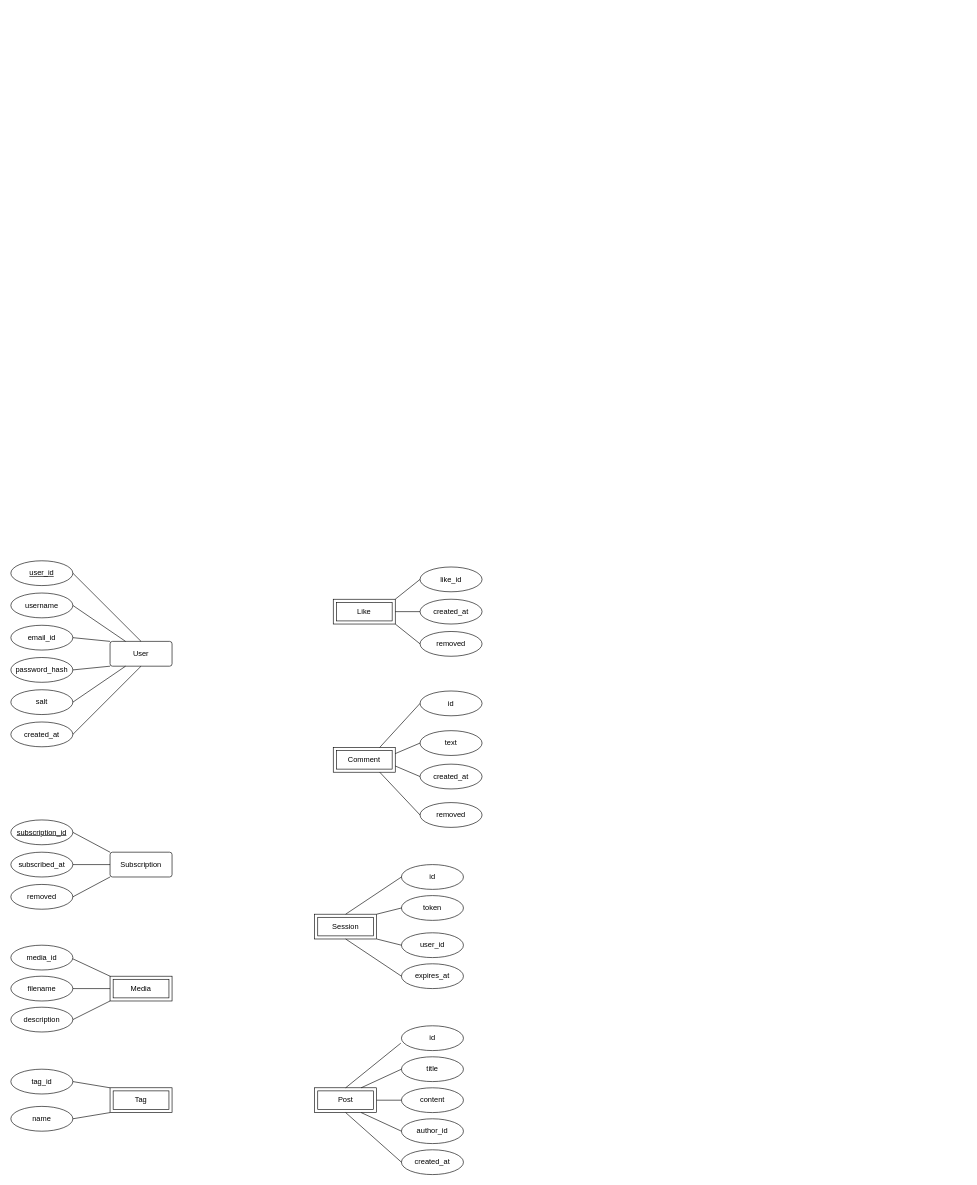
blood-rogue/er-diagram keeps this draw.io diagram as diagrams/Untitled Diagram.drawio. Above is the earlier version. Source tidied: cells renumbered, new cells numbered last; positions are measured from the earlier drawing's top-left corner, leaving out a move shared by most shapes. Both pictures are drawn from the tidied source at 62%, with x=0, y=0 at pixel (11, 560).
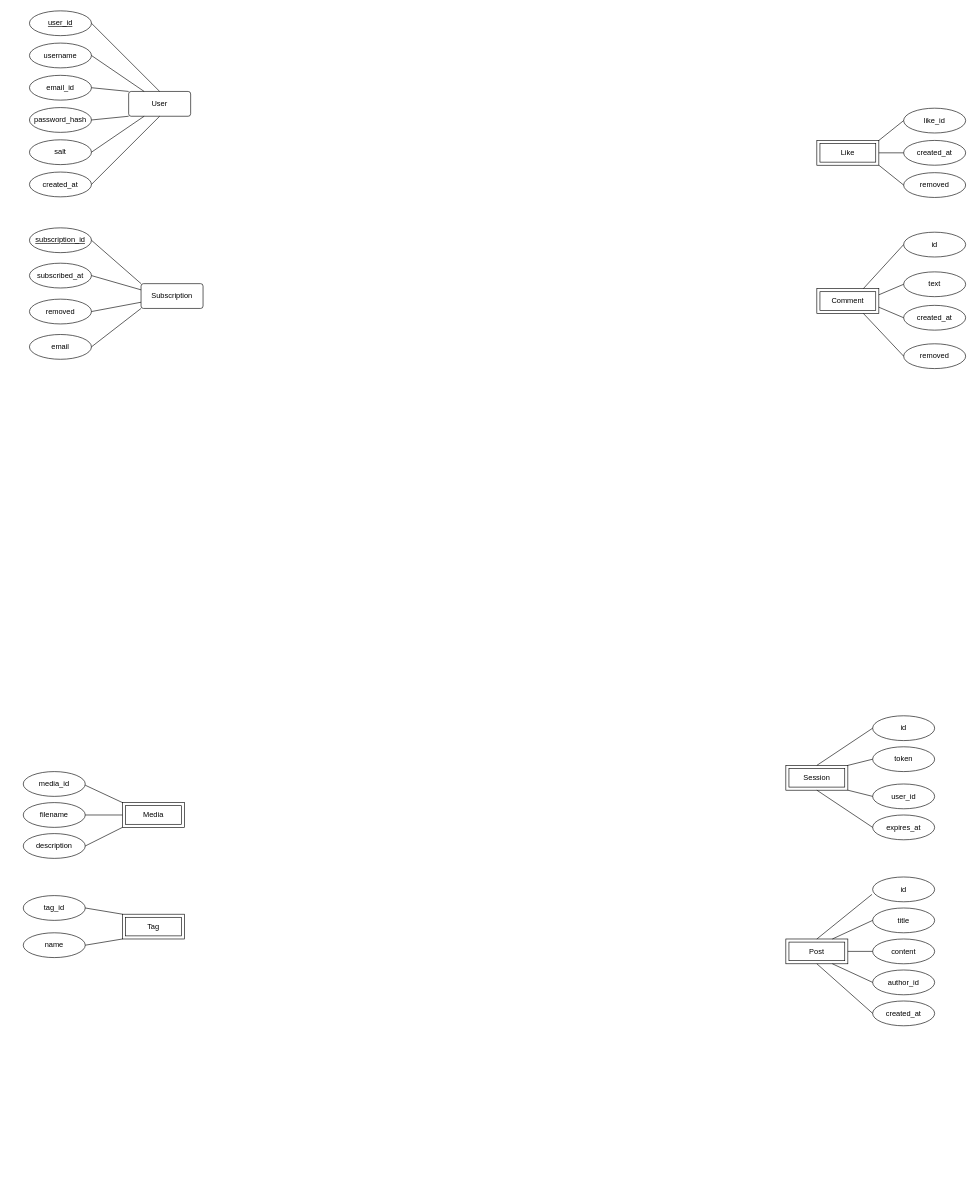
The same diagram, later.

Diff of the diagram source:
```diff
@@
     <mxCell id="2" value="username" style="ellipse;whiteSpace=wrap;html=1;align=center;" parent="1" vertex="1">
-      <mxGeometry y="52" width="100" height="40" as="geometry" />
+      <mxGeometry x="30" y="-835" width="100" height="40" as="geometry" />
     </mxCell>
     <mxCell id="3" value="email_id" style="ellipse;whiteSpace=wrap;html=1;align=center;" parent="1" vertex="1">
-      <mxGeometry y="104" width="100" height="40" as="geometry" />
+      <mxGeometry x="30" y="-783" width="100" height="40" as="geometry" />
     </mxCell>
     <mxCell id="4" value="password_hash" style="ellipse;whiteSpace=wrap;html=1;align=center;" parent="1" vertex="1">
-      <mxGeometry y="156" width="100" height="40" as="geometry" />
+      <mxGeometry x="30" y="-731" width="100" height="40" as="geometry" />
     </mxCell>
     <mxCell id="5" value="salt" style="ellipse;whiteSpace=wrap;html=1;align=center;" parent="1" vertex="1">
-      <mxGeometry y="208" width="100" height="40" as="geometry" />
+      <mxGeometry x="30" y="-679" width="100" height="40" as="geometry" />
     </mxCell>
     <mxCell id="6" value="created_at" style="ellipse;whiteSpace=wrap;html=1;align=center;" parent="1" vertex="1">
-      <mxGeometry y="260" width="100" height="40" as="geometry" />
+      <mxGeometry x="30" y="-627" width="100" height="40" as="geometry" />
     </mxCell>
     <mxCell id="7" value="like_id" style="ellipse;whiteSpace=wrap;html=1;align=center;" parent="1" vertex="1">
-      <mxGeometry x="660" y="10" width="100" height="40" as="geometry" />
+      <mxGeometry x="1440" y="-730" width="100" height="40" as="geometry" />
     </mxCell>
     <mxCell id="8" value="removed" style="ellipse;whiteSpace=wrap;html=1;align=center;direction=west;" parent="1" vertex="1">
-      <mxGeometry x="660" y="114" width="100" height="40" as="geometry" />
+      <mxGeometry x="1440" y="-626" width="100" height="40" as="geometry" />
     </mxCell>
     <mxCell id="9" value="User" style="rounded=1;arcSize=10;whiteSpace=wrap;html=1;align=center;" parent="1" vertex="1">
-      <mxGeometry x="160" y="130" width="100" height="40" as="geometry" />
+      <mxGeometry x="190" y="-757" width="100" height="40" as="geometry" />
     </mxCell>
     <mxCell id="10" value="Like" style="shape=ext;margin=3;double=1;whiteSpace=wrap;html=1;align=center;" parent="1" vertex="1">
-      <mxGeometry x="520" y="62" width="100" height="40" as="geometry" />
+      <mxGeometry x="1300" y="-678" width="100" height="40" as="geometry" />
     </mxCell>
     <mxCell id="11" value="Comment" style="shape=ext;margin=3;double=1;whiteSpace=wrap;html=1;align=center;" parent="1" vertex="1">
-      <mxGeometry x="520" y="301" width="100" height="40" as="geometry" />
+      <mxGeometry x="1300" y="-439" width="100" height="40" as="geometry" />
     </mxCell>
     <mxCell id="12" value="user_id" style="ellipse;whiteSpace=wrap;html=1;align=center;fontStyle=4;" parent="1" vertex="1">
-      <mxGeometry width="100" height="40" as="geometry" />
+      <mxGeometry x="30" y="-887" width="100" height="40" as="geometry" />
     </mxCell>
     <mxCell id="13" value="Media" style="shape=ext;margin=3;double=1;whiteSpace=wrap;html=1;align=center;" parent="1" vertex="1">
-      <mxGeometry x="160" y="670" width="100" height="40" as="geometry" />
+      <mxGeometry x="180" y="390" width="100" height="40" as="geometry" />
     </mxCell>
     <mxCell id="14" value="created_at" style="ellipse;whiteSpace=wrap;html=1;align=center;" parent="1" vertex="1">
-      <mxGeometry x="660" y="62" width="100" height="40" as="geometry" />
+      <mxGeometry x="1440" y="-678" width="100" height="40" as="geometry" />
     </mxCell>
@@
     <mxCell id="18" value="text" style="ellipse;whiteSpace=wrap;html=1;align=center;" parent="1" vertex="1">
-      <mxGeometry x="660" y="274" width="100" height="40" as="geometry" />
+      <mxGeometry x="1440" y="-466" width="100" height="40" as="geometry" />
     </mxCell>
     <mxCell id="19" value="created_at" style="ellipse;whiteSpace=wrap;html=1;align=center;" parent="1" vertex="1">
-      <mxGeometry x="660" y="328" width="100" height="40" as="geometry" />
+      <mxGeometry x="1440" y="-412" width="100" height="40" as="geometry" />
     </mxCell>
@@
     <mxCell id="23" value="Tag" style="shape=ext;margin=3;double=1;whiteSpace=wrap;html=1;align=center;" parent="1" vertex="1">
-      <mxGeometry x="160" y="850" width="100" height="40" as="geometry" />
+      <mxGeometry x="180" y="570" width="100" height="40" as="geometry" />
     </mxCell>
@@
     <mxCell id="29" value="Session" style="shape=ext;margin=3;double=1;whiteSpace=wrap;html=1;align=center;" parent="1" vertex="1">
-      <mxGeometry x="490" y="570" width="100" height="40" as="geometry" />
+      <mxGeometry x="1250" y="330" width="100" height="40" as="geometry" />
     </mxCell>
     <mxCell id="30" value="expires_at" style="ellipse;whiteSpace=wrap;html=1;align=center;" parent="1" vertex="1">
-      <mxGeometry x="630" y="650" width="100" height="40" as="geometry" />
+      <mxGeometry x="1390" y="410" width="100" height="40" as="geometry" />
     </mxCell>
     <mxCell id="31" value="user_id" style="ellipse;whiteSpace=wrap;html=1;align=center;" parent="1" vertex="1">
-      <mxGeometry x="630" y="600" width="100" height="40" as="geometry" />
+      <mxGeometry x="1390" y="360" width="100" height="40" as="geometry" />
     </mxCell>
     <mxCell id="32" value="token" style="ellipse;whiteSpace=wrap;html=1;align=center;" parent="1" vertex="1">
-      <mxGeometry x="630" y="540" width="100" height="40" as="geometry" />
+      <mxGeometry x="1390" y="300" width="100" height="40" as="geometry" />
     </mxCell>
     <mxCell id="33" value="id" style="ellipse;whiteSpace=wrap;html=1;align=center;" parent="1" vertex="1">
-      <mxGeometry x="630" y="490" width="100" height="40" as="geometry" />
+      <mxGeometry x="1390" y="250" width="100" height="40" as="geometry" />
     </mxCell>
     <mxCell id="34" value="id" style="ellipse;whiteSpace=wrap;html=1;align=center;" parent="1" vertex="1">
-      <mxGeometry x="660" y="210" width="100" height="40" as="geometry" />
+      <mxGeometry x="1440" y="-530" width="100" height="40" as="geometry" />
     </mxCell>
@@
     <mxCell id="40" value="removed" style="ellipse;whiteSpace=wrap;html=1;align=center;" parent="1" vertex="1">
-      <mxGeometry x="660" y="390" width="100" height="40" as="geometry" />
+      <mxGeometry x="1440" y="-350" width="100" height="40" as="geometry" />
     </mxCell>
@@
     <mxCell id="42" value="Post" style="shape=ext;margin=3;double=1;whiteSpace=wrap;html=1;align=center;" parent="1" vertex="1">
-      <mxGeometry x="490" y="850" width="100" height="40" as="geometry" />
+      <mxGeometry x="1250" y="610" width="100" height="40" as="geometry" />
     </mxCell>
     <mxCell id="43" value="created_at" style="ellipse;whiteSpace=wrap;html=1;align=center;" parent="1" vertex="1">
-      <mxGeometry x="630" y="950" width="100" height="40" as="geometry" />
+      <mxGeometry x="1390" y="710" width="100" height="40" as="geometry" />
     </mxCell>
     <mxCell id="44" value="author_id" style="ellipse;whiteSpace=wrap;html=1;align=center;" parent="1" vertex="1">
-      <mxGeometry x="630" y="900" width="100" height="40" as="geometry" />
+      <mxGeometry x="1390" y="660" width="100" height="40" as="geometry" />
     </mxCell>
     <mxCell id="45" value="content" style="ellipse;whiteSpace=wrap;html=1;align=center;" parent="1" vertex="1">
-      <mxGeometry x="630" y="850" width="100" height="40" as="geometry" />
+      <mxGeometry x="1390" y="610" width="100" height="40" as="geometry" />
     </mxCell>
     <mxCell id="46" value="title" style="ellipse;whiteSpace=wrap;html=1;align=center;" parent="1" vertex="1">
-      <mxGeometry x="630" y="800" width="100" height="40" as="geometry" />
+      <mxGeometry x="1390" y="560" width="100" height="40" as="geometry" />
     </mxCell>
     <mxCell id="47" value="id" style="ellipse;whiteSpace=wrap;html=1;align=center;" parent="1" vertex="1">
-      <mxGeometry x="630" y="750" width="100" height="40" as="geometry" />
+      <mxGeometry x="1390" y="510" width="100" height="40" as="geometry" />
     </mxCell>
@@
     <mxCell id="53" value="subscribed_at" style="ellipse;whiteSpace=wrap;html=1;align=center;" parent="1" vertex="1">
-      <mxGeometry y="470" width="100" height="40" as="geometry" />
+      <mxGeometry x="30" y="-480" width="100" height="40" as="geometry" />
     </mxCell>
     <mxCell id="54" value="removed" style="ellipse;whiteSpace=wrap;html=1;align=center;" parent="1" vertex="1">
-      <mxGeometry y="522" width="100" height="40" as="geometry" />
+      <mxGeometry x="30" y="-422" width="100" height="40" as="geometry" />
     </mxCell>
     <mxCell id="55" value="Subscription" style="rounded=1;arcSize=10;whiteSpace=wrap;html=1;align=center;" parent="1" vertex="1">
-      <mxGeometry x="160" y="470" width="100" height="40" as="geometry" />
+      <mxGeometry x="210" y="-447" width="100" height="40" as="geometry" />
     </mxCell>
     <mxCell id="56" value="subscription_id" style="ellipse;whiteSpace=wrap;html=1;align=center;fontStyle=4;" parent="1" vertex="1">
-      <mxGeometry y="418" width="100" height="40" as="geometry" />
+      <mxGeometry x="30" y="-537" width="100" height="40" as="geometry" />
     </mxCell>
@@
-    <mxCell id="58" style="endArrow=none;html=1;rounded=0;exitX=1;exitY=0.5;exitDx=0;exitDy=0;entryX=0;entryY=1;entryDx=0;entryDy=0;" parent="1" edge="1" source="54" target="55">
+    <mxCell id="58" style="endArrow=none;html=1;rounded=0;exitX=1;exitY=0.5;exitDx=0;exitDy=0;entryX=0;entryY=0.75;entryDx=0;entryDy=0;" parent="1" edge="1" source="54" target="55">
       <mxGeometry relative="1" as="geometry" />
     </mxCell>
-    <mxCell id="59" style="endArrow=none;html=1;rounded=0;exitX=1;exitY=0.5;exitDx=0;exitDy=0;entryX=0;entryY=0.5;entryDx=0;entryDy=0;" parent="1" edge="1" source="53" target="55">
+    <mxCell id="59" style="endArrow=none;html=1;rounded=0;exitX=1;exitY=0.5;exitDx=0;exitDy=0;entryX=0;entryY=0.25;entryDx=0;entryDy=0;" parent="1" edge="1" source="53" target="55">
       <mxGeometry relative="1" as="geometry" />
     </mxCell>
     <mxCell id="60" value="description" style="ellipse;whiteSpace=wrap;html=1;align=center;" parent="1" vertex="1">
-      <mxGeometry y="720" width="100" height="40" as="geometry" />
+      <mxGeometry x="20" y="440" width="100" height="40" as="geometry" />
     </mxCell>
     <mxCell id="61" value="filename" style="ellipse;whiteSpace=wrap;html=1;align=center;" parent="1" vertex="1">
-      <mxGeometry y="670" width="100" height="40" as="geometry" />
+      <mxGeometry x="20" y="390" width="100" height="40" as="geometry" />
     </mxCell>
     <mxCell id="62" value="media_id" style="ellipse;whiteSpace=wrap;html=1;align=center;" parent="1" vertex="1">
-      <mxGeometry y="620" width="100" height="40" as="geometry" />
+      <mxGeometry x="20" y="340" width="100" height="40" as="geometry" />
     </mxCell>
     <mxCell id="63" style="endArrow=none;html=1;rounded=0;entryX=0;entryY=0;entryDx=0;entryDy=0;" parent="1" edge="1" target="13">
       <mxGeometry relative="1" as="geometry">
-        <mxPoint x="100" y="642" as="sourcePoint" />
+        <mxPoint x="120" y="362" as="sourcePoint" />
       </mxGeometry>
     </mxCell>
@@
     <mxCell id="66" value="name" style="ellipse;whiteSpace=wrap;html=1;align=center;" parent="1" vertex="1">
-      <mxGeometry y="880" width="100" height="40" as="geometry" />
+      <mxGeometry x="20" y="600" width="100" height="40" as="geometry" />
     </mxCell>
     <mxCell id="67" value="tag_id" style="ellipse;whiteSpace=wrap;html=1;align=center;" parent="1" vertex="1">
-      <mxGeometry y="820" width="100" height="40" as="geometry" />
+      <mxGeometry x="20" y="540" width="100" height="40" as="geometry" />
     </mxCell>
@@
+    <mxCell id="70" value="email" style="ellipse;whiteSpace=wrap;html=1;align=center;" parent="1" vertex="1">
+      <mxGeometry x="30" y="-365" width="100" height="40" as="geometry" />
+    </mxCell>
+    <mxCell id="71" style="endArrow=none;html=1;rounded=0;exitX=1;exitY=0.5;exitDx=0;exitDy=0;entryX=0;entryY=1;entryDx=0;entryDy=0;" parent="1" edge="1" source="70" target="55">
+      <mxGeometry relative="1" as="geometry" />
+    </mxCell>
```
